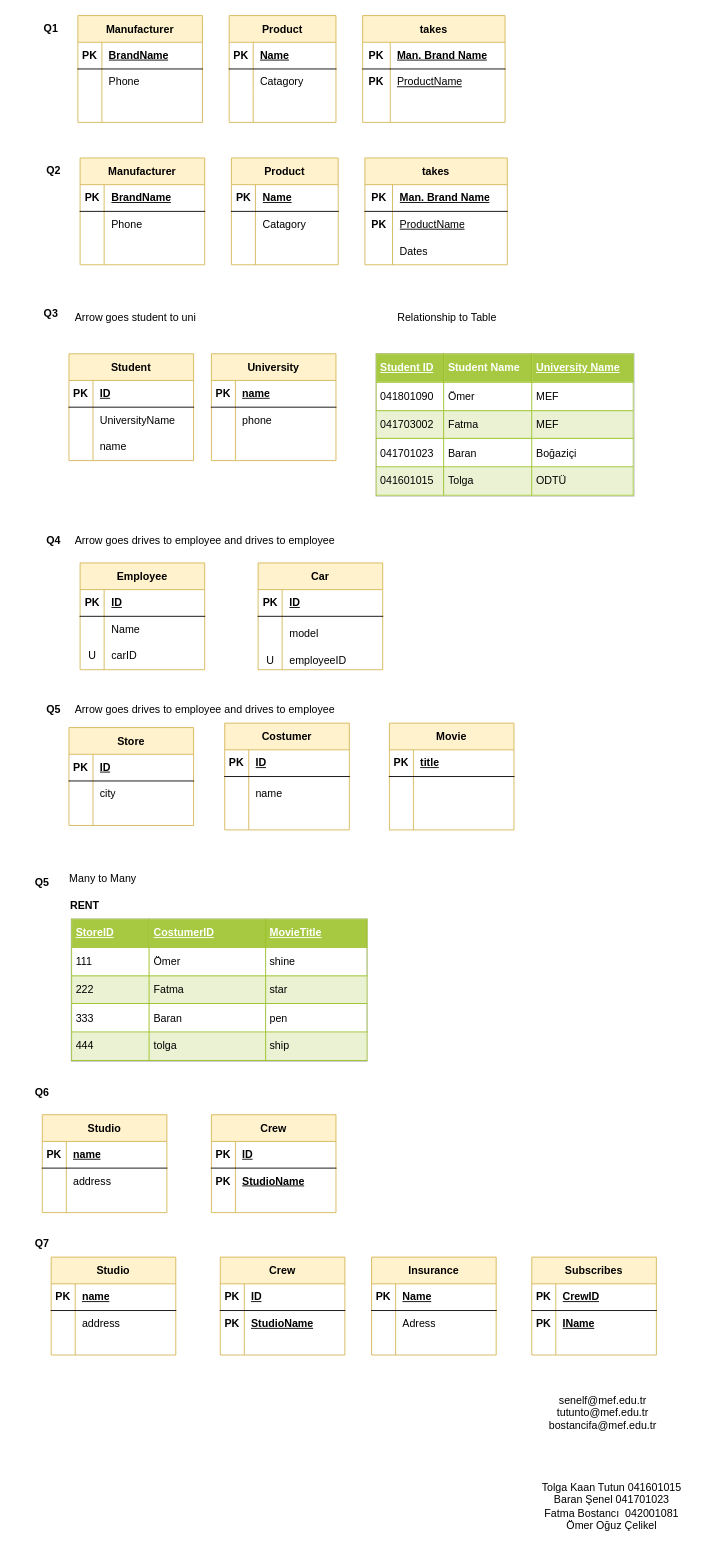
Earlier version of the draw.io diagram page "Page-3" (3 of 3) of Untitled Diagram.drawio (OguzCelikel/Arduino). Source tidied: cells renumbered, new cells numbered last; positions are measured from the earlier drawing's top-left corner, leaving out a move shared by most shapes. Both pictures are drawn from the tidied source at 89%, with x=0, y=0 at pixel (15, 15).
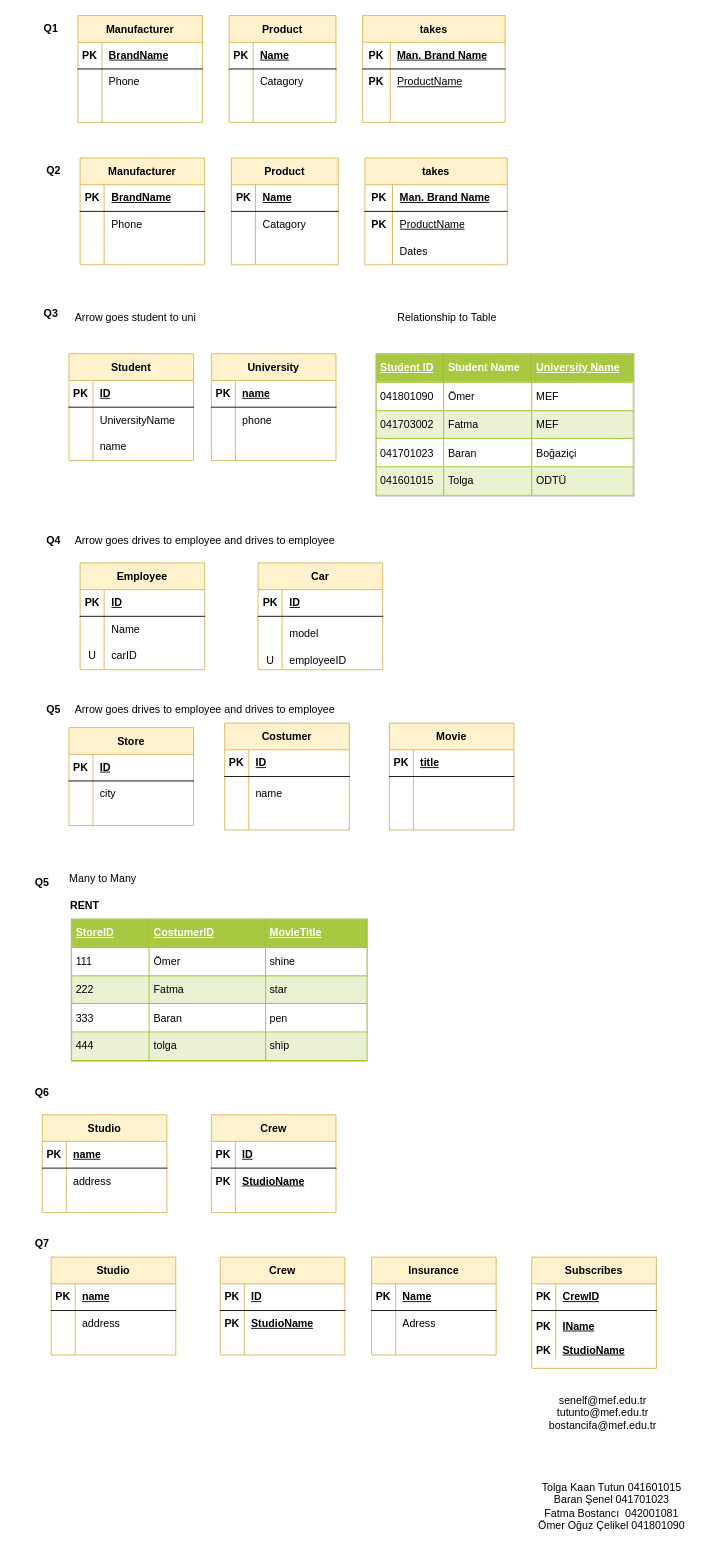
After the change.

Diff of the diagram source:
```diff
@@
     <mxCell id="199" value="Subscribes" style="shape=table;startSize=30;childLayout=tableLayout;rowLines=0;fontStyle=1;align=center;fillColor=#fff2cc;strokeColor=#d6b656;" parent="1" vertex="1">
-      <mxGeometry x="580" y="1395" width="140" height="110" as="geometry" />
+      <mxGeometry x="580" y="1395" width="140" height="125" as="geometry" />
     </mxCell>
@@
     <mxCell id="203" style="shape=partialRectangle;html=1;whiteSpace=wrap;fillColor=none;top=0;left=0;bottom=0;right=0;" parent="199" vertex="1">
-      <mxGeometry y="60" width="140" height="30" as="geometry" />
+      <mxGeometry y="60" width="140" height="35" as="geometry" />
     </mxCell>
     <mxCell id="204" value="&lt;b&gt;PK&lt;/b&gt;" style="shape=partialRectangle;html=1;whiteSpace=wrap;fillColor=none;top=0;left=0;bottom=0;right=0;overflow=hidden;" parent="203" vertex="1">
-      <mxGeometry width="27" height="30" as="geometry" />
+      <mxGeometry width="27" height="35" as="geometry" />
     </mxCell>
     <mxCell id="205" value="&lt;u&gt;&lt;b&gt;IName&lt;/b&gt;&lt;/u&gt;" style="shape=partialRectangle;html=1;whiteSpace=wrap;fillColor=none;top=0;left=0;bottom=0;right=0;align=left;spacingLeft=6;overflow=hidden;" parent="203" vertex="1">
-      <mxGeometry x="27" width="113" height="30" as="geometry" />
+      <mxGeometry x="27" width="113" height="35" as="geometry" />
     </mxCell>
     <mxCell id="206" style="shape=partialRectangle;html=1;whiteSpace=wrap;fillColor=none;top=0;left=0;bottom=0;right=0;" parent="199" vertex="1">
-      <mxGeometry y="90" width="140" height="20" as="geometry" />
+      <mxGeometry y="95" width="140" height="20" as="geometry" />
     </mxCell>
-    <mxCell id="207" style="shape=partialRectangle;html=1;whiteSpace=wrap;fillColor=none;top=0;left=0;bottom=0;right=0;overflow=hidden;" parent="206" vertex="1">
+    <mxCell id="207" value="&lt;b&gt;PK&lt;/b&gt;" style="shape=partialRectangle;html=1;whiteSpace=wrap;fillColor=none;top=0;left=0;bottom=0;right=0;overflow=hidden;" parent="206" vertex="1">
       <mxGeometry width="27" height="20" as="geometry" />
     </mxCell>
-    <mxCell id="208" style="shape=partialRectangle;html=1;whiteSpace=wrap;fillColor=none;top=0;left=0;bottom=0;right=0;align=left;spacingLeft=6;overflow=hidden;" parent="206" vertex="1">
+    <mxCell id="208" value="&lt;b&gt;&lt;u&gt;StudioName&lt;/u&gt;&lt;/b&gt;" style="shape=partialRectangle;html=1;whiteSpace=wrap;fillColor=none;top=0;left=0;bottom=0;right=0;align=left;spacingLeft=6;overflow=hidden;" parent="206" vertex="1">
       <mxGeometry x="27" width="113" height="20" as="geometry" />
     </mxCell>
-    <mxCell id="209" value="Tolga Kaan Tutun 041601015&lt;br&gt;Baran Şenel 041701023&lt;br&gt;Fatma Bostancı &amp;nbsp;042001081&lt;br&gt;Ömer Oğuz Çelikel" style="text;html=1;strokeColor=none;fillColor=none;align=center;verticalAlign=middle;whiteSpace=wrap;rounded=0;" parent="1" vertex="1">
+    <mxCell id="209" value="Tolga Kaan Tutun 041601015&lt;br&gt;Baran Şenel 041701023&lt;br&gt;Fatma Bostancı &amp;nbsp;042001081&lt;br&gt;Ömer Oğuz Çelikel 041801090" style="text;html=1;strokeColor=none;fillColor=none;align=center;verticalAlign=middle;whiteSpace=wrap;rounded=0;" parent="1" vertex="1">
       <mxGeometry x="580" y="1630" width="180" height="90" as="geometry" />
     </mxCell>
```
